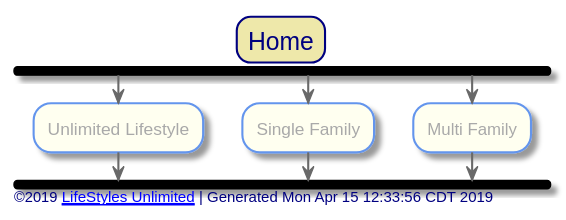
Before: out/src/index.svg, a diagram exported from PlantUML (toddmo/lifestylesunlimited).
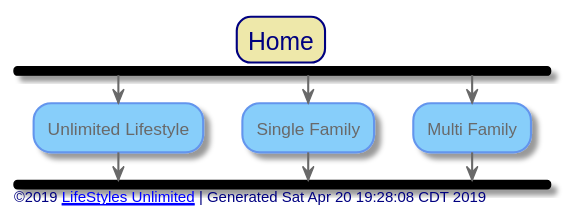
The same file after the commit.

Change to the diagram source:
```diff
@@ -16,7 +16,8 @@
 skinparam activity {
   BackgroundColor Ivory
   BorderColor CornflowerBlue
-  FontColor DarkGray
+  FontColor DimGray
+
 
   Arrow {
     Color dimgray
@@ -24,11 +25,11 @@
   }
 
   Start {
-    Color Navy
+    Color PHYSICAL
   }
 
   End {
-    Color Red
+    Color Coral
   }
 
   Diamond {
@@ -46,13 +47,21 @@
 }
 
 skinparam Partition {
-  BackgroundColor DarkSeaGreen
+  BackgroundColor Ivory
   BorderColor CornflowerBlue
   BorderThickness 1
+  FontColor CornflowerBlue
+  FontSize 16
+  BorderRoundCorner 20
+}
+
+skinparam Note {
+  BackgroundColor LightSteelBlue
+  BorderColor CornflowerBlue
   FontColor White
-  FontSize 16
 }
-skinparam Note {
+
+skinparam Legend {
   BackgroundColor LightSteelBlue
   BorderColor CornflowerBlue
   FontColor White
@@ -66,16 +75,17 @@
 	Title Home
 
 	fork
-		[[unlimited-lifestyle/index.svg?sanitize=true]]:Unlimited Lifestyle;
+		[[unlimited-lifestyle/index.svg?sanitize=true]]#LightSkyBlue:Unlimited Lifestyle;
 	fork again
-		[[single-family/index.svg?sanitize=true]]:Single Family;
+		[[single-family/index.svg?sanitize=true]]#LightSkyBlue:Single Family;
 	fork again
-		[[multi-family/index.svg?sanitize=true]]:Multi Family;
+		[[multi-family/index.svg?sanitize=true]]#LightSkyBlue:Multi Family;
 	end fork
 
 
+
 left footer
-	©2019 [[http://www.lifestylesunlimited.com LifeStyles Unlimited]] | Generated Mon Apr 15 12:33:56 CDT 2019
+	©2019 [[http://www.lifestylesunlimited.com LifeStyles Unlimited]] | Generated Sat Apr 20 19:28:08 CDT 2019
 endfooter
 
 
```
